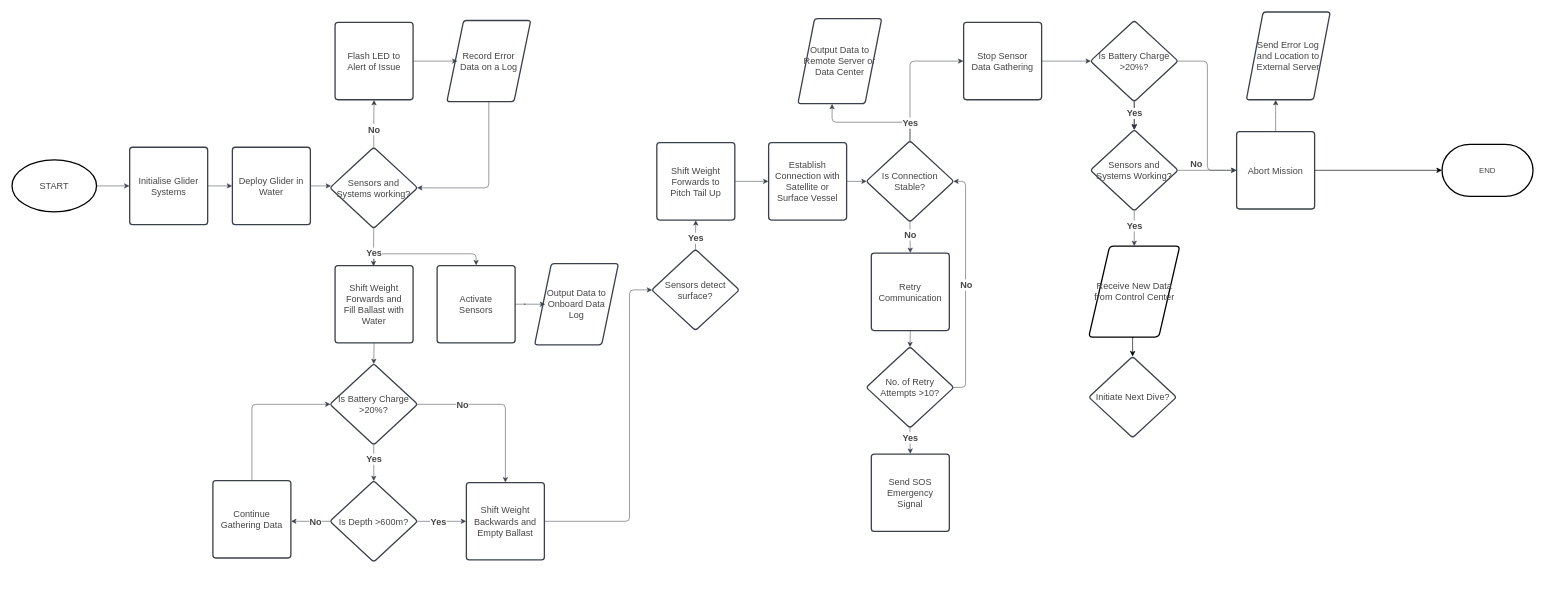
Schlubs/UnGlider-EPQ keeps this draw.io diagram as Diving Procedure.drawio. Above is the earlier version. Source tidied: cells renumbered, new cells numbered last; positions are measured from the earlier drawing's top-left corner, leaving out a move shared by most shapes. Both pictures are drawn from the tidied source at 65%, with x=0, y=0 at pixel (12, 12).
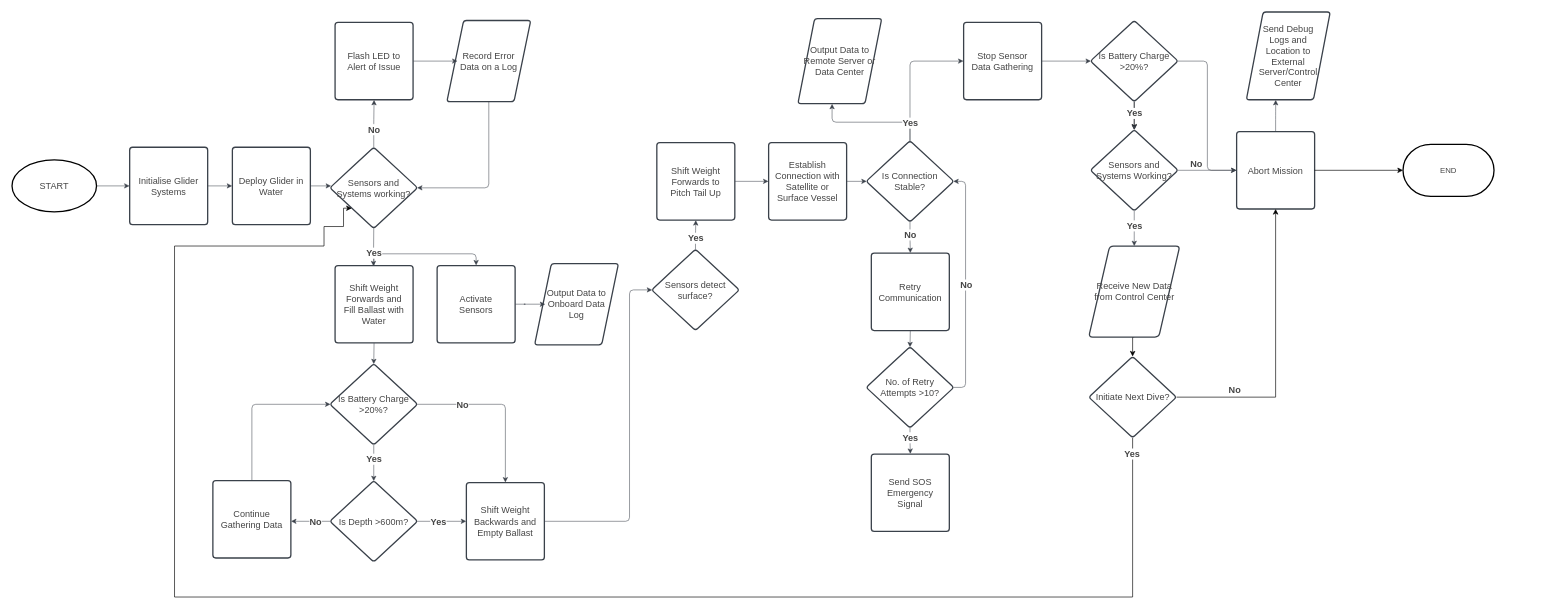
The same diagram, later.

The change refers to these unchanged cells:
```xml
<mxCell id="9" value="Sensors and Systems working?" style="html=1;overflow=block;blockSpacing=1;whiteSpace=wrap;rhombus;fontSize=14;fontColor=#454545;spacing=3.8;strokeColor=#3a414a;strokeOpacity=100;fillOpacity=100;rounded=1;absoluteArcSize=1;arcSize=9;fillColor=#ffffff;strokeWidth=2;lucidId=gFTVZbqtd3im;" parent="1" vertex="1">
  <mxGeometry x="489" y="208" width="135" height="125" as="geometry" />
</mxCell>
<mxCell id="65" value="Abort Mission" style="html=1;overflow=block;blockSpacing=1;whiteSpace=wrap;fontSize=14;fontColor=#454545;spacing=9;strokeColor=#3a414a;strokeOpacity=100;fillOpacity=100;rounded=1;absoluteArcSize=1;arcSize=9;fillColor=#ffffff;strokeWidth=2;lucidId=HOUVgvcs5lXh;" parent="1" vertex="1">
  <mxGeometry x="1884" y="184" width="120" height="119" as="geometry" />
</mxCell>
```

Diff of the diagram source:
```diff
@@
-    <mxCell id="68" value="Send Error Log and Location to External Server" style="html=1;overflow=block;blockSpacing=1;whiteSpace=wrap;shape=parallelogram;perimeter=parallelogramPerimeter;anchorPointDirection=0;fontSize=14;fontColor=#454545;spacing=9;strokeColor=#3a414a;strokeOpacity=100;fillOpacity=100;rounded=1;absoluteArcSize=1;arcSize=9;fillColor=#ffffff;strokeWidth=2;lucidId=DPUV-RcbPd~.;" parent="1" vertex="1">
+    <mxCell id="68" value="Send Debug Logs and Location to External Server/Control Center" style="html=1;overflow=block;blockSpacing=1;whiteSpace=wrap;shape=parallelogram;perimeter=parallelogramPerimeter;anchorPointDirection=0;fontSize=14;fontColor=#454545;spacing=9;strokeColor=#3a414a;strokeOpacity=100;fillOpacity=100;rounded=1;absoluteArcSize=1;arcSize=9;fillColor=#ffffff;strokeWidth=2;lucidId=DPUV-RcbPd~.;" parent="1" vertex="1">
       <mxGeometry x="1899" width="129" height="135" as="geometry" />
     </mxCell>
@@
-    <mxCell id="75" value="Receive New Data from Control Center" style="shape=parallelogram;strokeWidth=2;perimeter=parallelogramPerimeter;rounded=1;arcSize=12;size=0.23;verticalAlign=middle;html=1;whiteSpace=wrap;spacing=2;fontSize=14;fontColor=#454545;" parent="1" vertex="1">
+    <mxCell id="75" value="Receive New Data from Control Center" style="shape=parallelogram;strokeWidth=2;perimeter=parallelogramPerimeter;rounded=1;arcSize=12;size=0.23;verticalAlign=middle;html=1;whiteSpace=wrap;spacing=2;fontSize=14;fontColor=#454545;strokeColor=#3A414A;" parent="1" vertex="1">
       <mxGeometry x="1656.5" y="360" width="140" height="140" as="geometry" />
     </mxCell>
     <mxCell id="76" value="END" style="strokeWidth=2;html=1;shape=mxgraph.flowchart.terminator;whiteSpace=wrap;fontColor=#454545;" parent="1" vertex="1">
-      <mxGeometry x="2200" y="203.5" width="140" height="80" as="geometry" />
+      <mxGeometry x="2140" y="203.5" width="140" height="80" as="geometry" />
     </mxCell>
@@
+    <mxCell id="79" style="edgeStyle=orthogonalEdgeStyle;rounded=0;jettySize=auto;html=1;exitX=0.5;exitY=1;exitDx=0;exitDy=0;entryX=0;entryY=1;entryDx=0;entryDy=0;" parent="1" edge="1" source="78" target="9">
+      <mxGeometry relative="1" as="geometry">
+        <Array as="points">
+          <mxPoint x="1724" y="900" />
+          <mxPoint x="250" y="900" />
+          <mxPoint x="250" y="360" />
+          <mxPoint x="480" y="360" />
+          <mxPoint x="480" y="330" />
+          <mxPoint x="510" y="330" />
+          <mxPoint x="510" y="302" />
+        </Array>
+      </mxGeometry>
+    </mxCell>
+    <mxCell id="80" style="edgeStyle=orthogonalEdgeStyle;rounded=0;jettySize=auto;html=1;exitX=1;exitY=0.5;exitDx=0;exitDy=0;entryX=0.5;entryY=1;entryDx=0;entryDy=0;" parent="1" edge="1" source="78" target="65">
+      <mxGeometry relative="1" as="geometry" />
+    </mxCell>
-    <mxCell id="78" value="Initiate Next Dive?" style="html=1;overflow=block;blockSpacing=1;whiteSpace=wrap;rhombus;fontSize=14;fontColor=#454545;spacing=3.8;strokeColor=#3a414a;strokeOpacity=100;fillOpacity=100;rounded=1;absoluteArcSize=1;arcSize=9;fillColor=#ffffff;strokeWidth=2;lucidId=oMUV1LnPZD3j;" parent="1" vertex="1">
+    <mxCell id="78" value="Initiate Next Dive?" style="html=1;overflow=block;blockSpacing=1;whiteSpace=wrap;rhombus;fontSize=14;fontColor=#454545;spacing=3.8;strokeColor=#3A414A;strokeOpacity=100;fillOpacity=100;rounded=1;absoluteArcSize=1;arcSize=9;fillColor=#ffffff;strokeWidth=2;lucidId=oMUV1LnPZD3j;" parent="1" vertex="1">
       <mxGeometry x="1656.5" y="530" width="135" height="125" as="geometry" />
     </mxCell>
+    <mxCell id="81" value="No" style="text;html=1;labelBackgroundColor=none;align=center;verticalAlign=middle;fontStyle=1;fontColor=#454545;fontSize=14;labelBorderColor=none;" parent="1" vertex="1">
+      <mxGeometry x="1883" y="355" as="geometry">
+        <mxPoint x="-3" y="226" as="offset" />
+      </mxGeometry>
+    </mxCell>
+    <mxCell id="82" value="Yes" style="text;html=1;labelBackgroundColor=default;align=center;verticalAlign=middle;fontStyle=1;fontColor=#454545;fontSize=14;" parent="1" vertex="1">
+      <mxGeometry x="1726.5" y="327" as="geometry">
+        <mxPoint x="-4" y="352" as="offset" />
+      </mxGeometry>
+    </mxCell>
```
